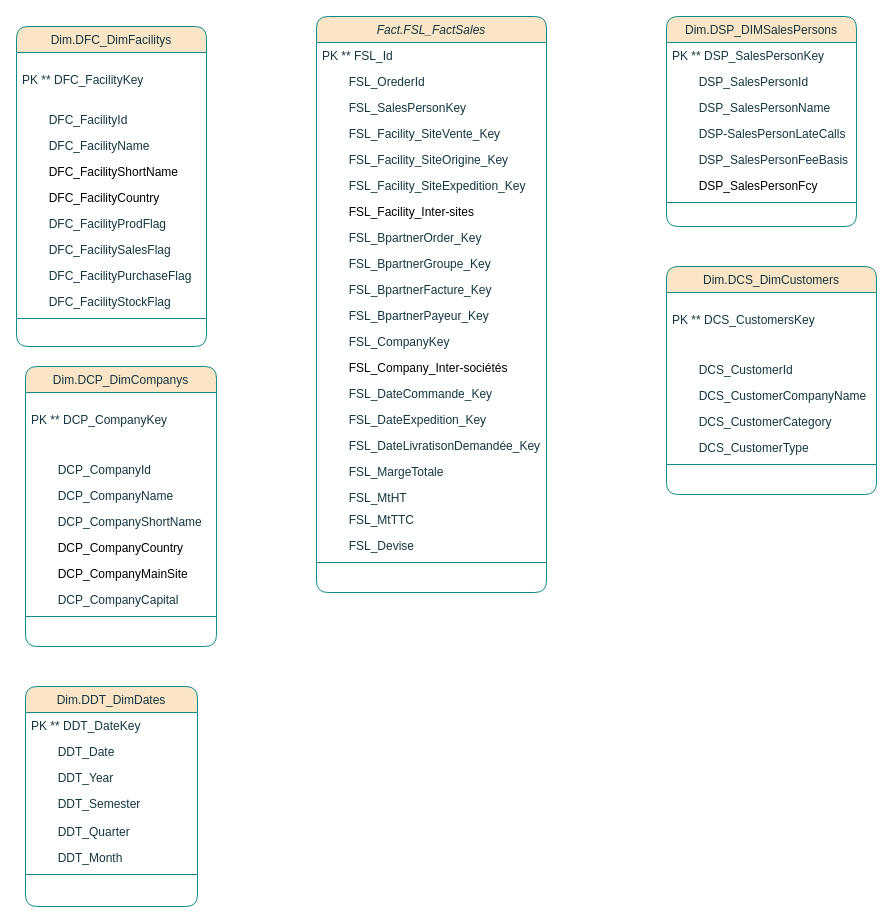
The draw.io diagram Diagramme de classe.drawio in BorchaniMohamed/BI_PROJECT_PFE, before the edit. Source tidied: cells renumbered, new cells numbered last; positions are measured from the earlier drawing's top-left corner, leaving out a move shared by most shapes. Both pictures are drawn from the tidied source at 100%, with x=0, y=0 at pixel (16, 16).
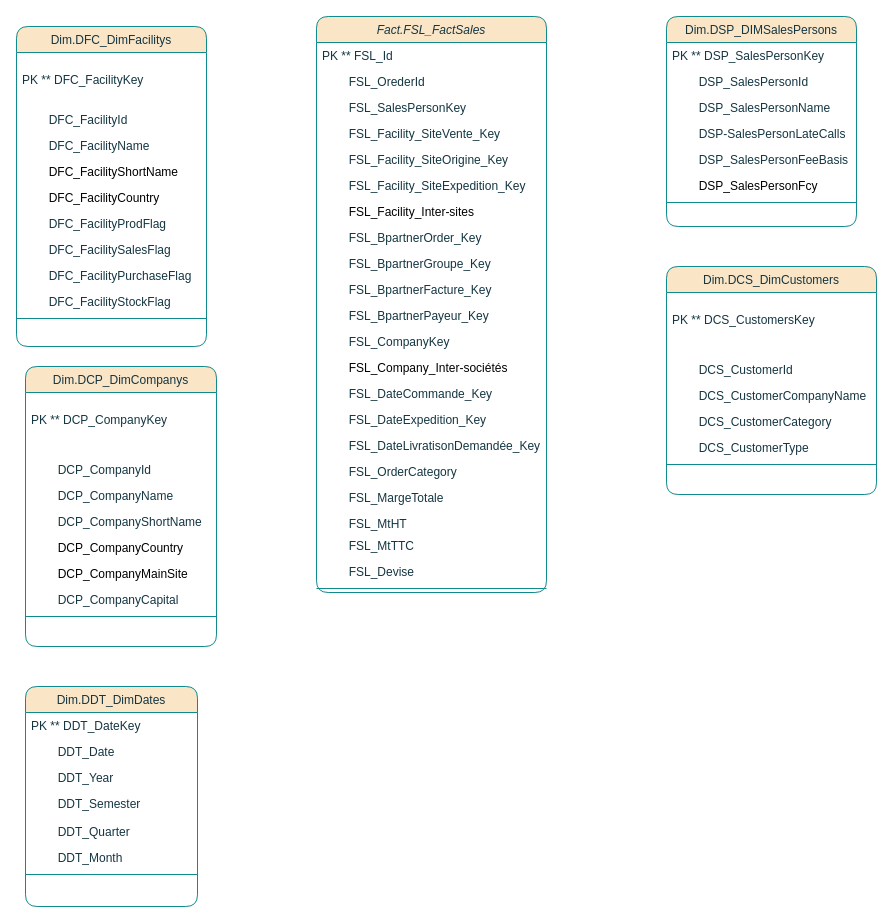
The same page after the edit.

Commit message (it also covers changes not shown here):
Mettre à jour Diagramme de classe.drawio

The change refers to these unchanged cells:
```xml
<mxCell id="2" value="Fact.FSL_FactSales" style="swimlane;fontStyle=2;align=center;verticalAlign=top;horizontal=1;startSize=26;rounded=1;shadow=0;strokeWidth=1;labelBackgroundColor=none;fillColor=#FAE5C7;strokeColor=#0F8B8D;fontColor=#143642;" parent="1" vertex="1">
  <mxGeometry x="300" width="230" height="576" as="geometry" />
</mxCell>
```

Diff of the diagram source:
```diff
@@
+    <mxCell id="67" value="        FSL_OrderCategory" style="text;align=left;verticalAlign=top;spacingLeft=4;spacingRight=4;overflow=hidden;rounded=1;shadow=0;html=0;labelBackgroundColor=none;fontColor=#143642;" parent="2" vertex="1">
+      <mxGeometry y="442" width="230" height="26" as="geometry" />
+    </mxCell>
     <mxCell id="19" value="        FSL_MargeTotale" style="text;align=left;verticalAlign=top;spacingLeft=4;spacingRight=4;overflow=hidden;rounded=1;shadow=0;html=0;labelBackgroundColor=none;fontColor=#143642;" parent="2" vertex="1">
-      <mxGeometry y="442" width="230" height="26" as="geometry" />
+      <mxGeometry y="468" width="230" height="26" as="geometry" />
     </mxCell>
     <mxCell id="20" value="        FSL_MtHT" style="text;align=left;verticalAlign=top;spacingLeft=4;spacingRight=4;overflow=hidden;rounded=1;shadow=0;html=0;labelBackgroundColor=none;fontColor=#143642;" parent="2" vertex="1">
-      <mxGeometry y="468" width="230" height="22" as="geometry" />
+      <mxGeometry y="494" width="230" height="22" as="geometry" />
     </mxCell>
     <mxCell id="21" value="        FSL_MtTTC" style="text;align=left;verticalAlign=top;spacingLeft=4;spacingRight=4;overflow=hidden;rounded=1;shadow=0;html=0;labelBackgroundColor=none;fontColor=#143642;" parent="2" vertex="1">
-      <mxGeometry y="490" width="230" height="26" as="geometry" />
+      <mxGeometry y="516" width="230" height="26" as="geometry" />
     </mxCell>
     <mxCell id="22" value="        FSL_Devise" style="text;align=left;verticalAlign=top;spacingLeft=4;spacingRight=4;overflow=hidden;rounded=1;shadow=0;html=0;labelBackgroundColor=none;fontColor=#143642;" parent="2" vertex="1">
-      <mxGeometry y="516" width="230" height="26" as="geometry" />
+      <mxGeometry y="542" width="230" height="26" as="geometry" />
     </mxCell>
     <mxCell id="23" style="line;html=1;strokeWidth=1;align=left;verticalAlign=middle;spacingTop=-1;spacingLeft=3;spacingRight=3;labelPosition=right;labelBackgroundColor=none;fillColor=#FAE5C7;strokeColor=#0F8B8D;fontColor=#143642;rounded=1;" parent="2" vertex="1">
-      <mxGeometry y="542" width="230" height="8" as="geometry" />
+      <mxGeometry y="568" width="230" height="8" as="geometry" />
     </mxCell>
```
